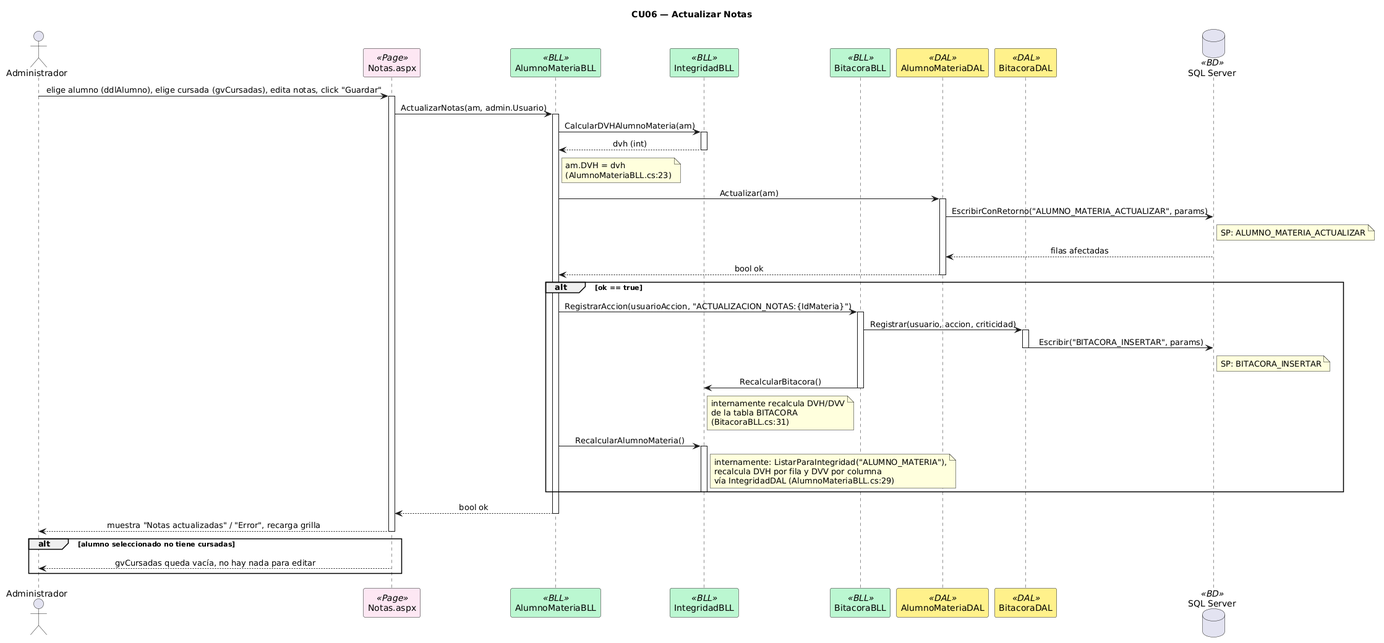
Above: DIAGRAMAS/Secuencia_CU06_ActualizarNotas.png in Urrels/tpDYAWeb (PlantUML), before the change.
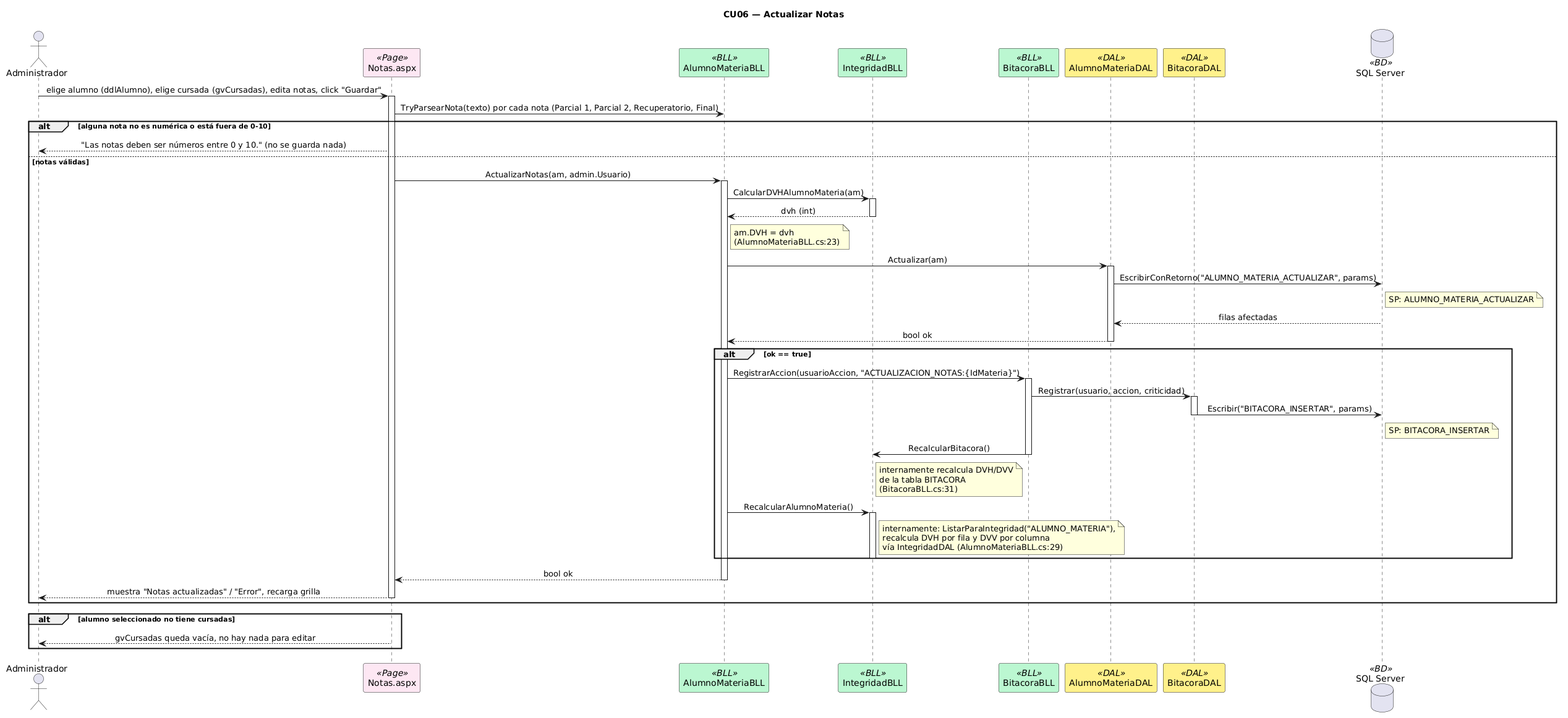
The same file after the commit.

Diff of the diagram source:
```diff
@@ -21,6 +21,10 @@
 ADM -> PAGE : elige alumno (ddlAlumno), elige cursada (gvCursadas), edita notas, click "Guardar"
 activate PAGE
 
+PAGE -> BLL : TryParsearNota(texto) por cada nota (Parcial 1, Parcial 2, Recuperatorio, Final)
+alt alguna nota no es numérica o está fuera de 0-10
+  PAGE --> ADM : "Las notas deben ser números entre 0 y 10." (no se guarda nada)
+else notas válidas
 PAGE -> BLL : ActualizarNotas(am, admin.Usuario)
 activate BLL
 
@@ -72,6 +76,7 @@
 
 PAGE --> ADM : muestra "Notas actualizadas" / "Error", recarga grilla
 deactivate PAGE
+end
 
 alt alumno seleccionado no tiene cursadas
   PAGE --> ADM : gvCursadas queda vacía, no hay nada para editar
```
